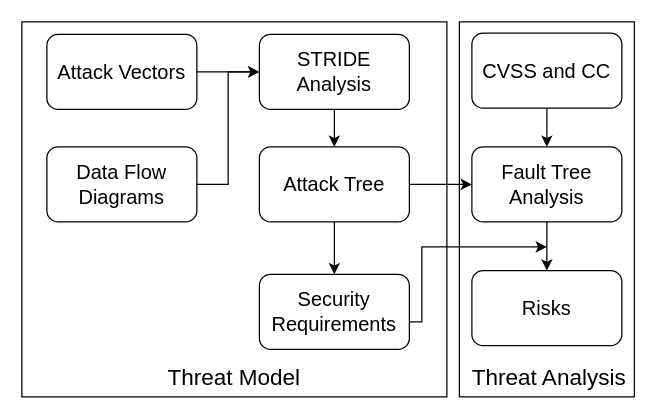
Earlier version of the draw.io diagram page "attacks-methodology" (11 of 17) of assets/crypto-wallets.drawio (xujiahuayz/crypto-wallets). Source tidied: cells renumbered, new cells numbered last; positions are measured from the earlier drawing's top-left corner, leaving out a move shared by most shapes. Both pictures are drawn from the tidied source at 125%, with x=0, y=0 at pixel (21, 21).
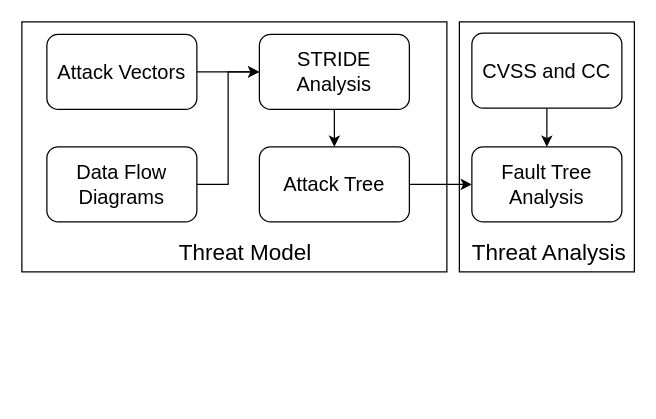
Above is the later version.

The change refers to these unchanged cells:
```xml
<mxCell id="12" value="&lt;font style=&quot;font-size: 16px;&quot;&gt;Attack Tree&lt;/font&gt;" style="rounded=1;whiteSpace=wrap;html=1;" parent="1" vertex="1">
  <mxGeometry x="190" y="100" width="120" height="60" as="geometry" />
</mxCell>
<mxCell id="16" value="&lt;font style=&quot;font-size: 16px;&quot;&gt;Fault Tree Analysis&lt;/font&gt;" style="rounded=1;whiteSpace=wrap;html=1;" parent="1" vertex="1">
  <mxGeometry x="360" y="100" width="120" height="60" as="geometry" />
</mxCell>
```

What changed in the source:
```diff
@@
     <mxCell id="2" style="rounded=0;whiteSpace=wrap;html=1;" parent="1" vertex="1">
-      <mxGeometry x="350" width="140" height="300" as="geometry" />
+      <mxGeometry x="350" width="140" height="200" as="geometry" />
     </mxCell>
     <mxCell id="3" style="rounded=0;whiteSpace=wrap;html=1;" parent="1" vertex="1">
-      <mxGeometry width="340" height="300" as="geometry" />
+      <mxGeometry width="340" height="200" as="geometry" />
     </mxCell>
     <mxCell id="4" value="&lt;font style=&quot;font-size: 18px;&quot;&gt;Threat Model&lt;/font&gt;" style="text;html=1;strokeColor=none;fillColor=none;align=center;verticalAlign=middle;whiteSpace=wrap;rounded=0;" parent="1" vertex="1">
-      <mxGeometry x="101.2" y="270" width="137.5" height="30" as="geometry" />
+      <mxGeometry x="110" y="170" width="137.5" height="30" as="geometry" />
     </mxCell>
     <mxCell id="5" value="&lt;font style=&quot;font-size: 18px;&quot;&gt;Threat Analysis&lt;/font&gt;" style="text;html=1;strokeColor=none;fillColor=none;align=center;verticalAlign=middle;whiteSpace=wrap;rounded=0;" parent="1" vertex="1">
-      <mxGeometry x="352.5" y="270" width="137.5" height="30" as="geometry" />
+      <mxGeometry x="352.5" y="170" width="137.5" height="30" as="geometry" />
     </mxCell>
@@
-    <mxCell id="10" style="edgeStyle=orthogonalEdgeStyle;rounded=0;jettySize=auto;html=1;entryX=0.5;entryY=0;entryDx=0;entryDy=0;" parent="1" edge="1" source="12" target="14">
-      <mxGeometry relative="1" as="geometry" />
-    </mxCell>
@@
-    <mxCell id="13" style="edgeStyle=orthogonalEdgeStyle;rounded=0;jettySize=auto;html=1;" parent="1" edge="1" source="14">
-      <mxGeometry relative="1" as="geometry">
-        <mxPoint x="420" y="180" as="targetPoint" />
-        <Array as="points">
-          <mxPoint x="320" y="240" />
-          <mxPoint x="320" y="180" />
-        </Array>
-      </mxGeometry>
-    </mxCell>
-    <mxCell id="14" value="&lt;font style=&quot;font-size: 16px;&quot;&gt;Security Requirements&lt;/font&gt;" style="rounded=1;whiteSpace=wrap;html=1;" parent="1" vertex="1">
-      <mxGeometry x="190" y="202" width="120" height="60" as="geometry" />
-    </mxCell>
-    <mxCell id="15" style="edgeStyle=orthogonalEdgeStyle;rounded=0;jettySize=auto;html=1;entryX=0.5;entryY=0;entryDx=0;entryDy=0;" parent="1" edge="1" source="16" target="19">
-      <mxGeometry relative="1" as="geometry" />
-    </mxCell>
@@
-    <mxCell id="19" value="&lt;font style=&quot;font-size: 16px;&quot;&gt;Risks&lt;/font&gt;" style="rounded=1;whiteSpace=wrap;html=1;" parent="1" vertex="1">
-      <mxGeometry x="360" y="199" width="120" height="60" as="geometry" />
-    </mxCell>
```
